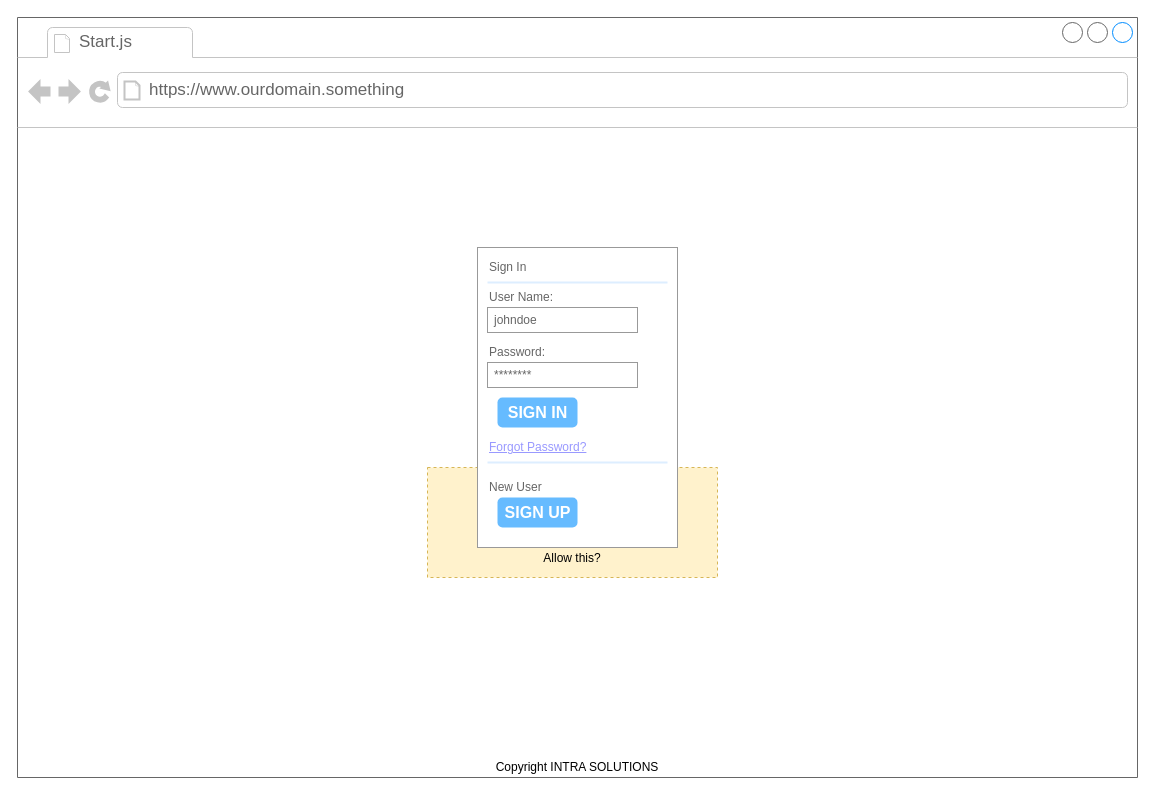
Before: page "app-signIn.js" (5 of 6) of planning/ReactProjectIntranet.drawio in luciesaad/ReactProject_Intranet, a draw.io diagram. Source tidied: cells renumbered, new cells numbered last; positions are measured from the earlier drawing's top-left corner, leaving out a move shared by most shapes. Both pictures are drawn from the tidied source at 100%, with x=0, y=0 at pixel (17, 17).
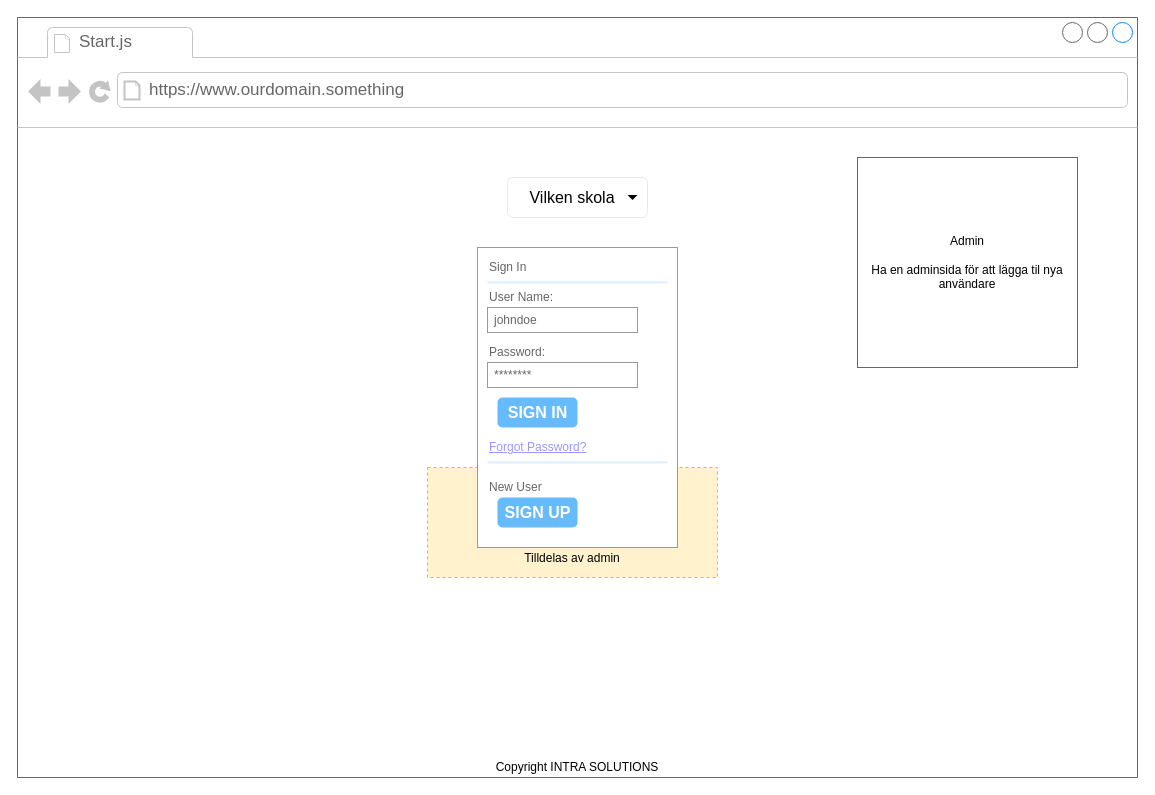
The same page after the edit.

The change refers to these unchanged cells:
```xml
<mxCell id="2" style="strokeWidth=1;shadow=0;dashed=0;align=center;html=1;shape=mxgraph.mockup.containers.browserWindow;rSize=0;fillColor=#ffffff;strokeColor=#666666;strokeColor2=#008cff;strokeColor3=#c4c4c4;mainText=,;glass=0;comic=0;" parent="1" vertex="1">
  <mxGeometry width="1120" height="760" as="geometry" />
</mxCell>
```

The edit, as a diff of the source:
```diff
@@
-    <mxCell id="3" value="&lt;br&gt;&lt;br&gt;&lt;br&gt;&lt;br&gt;&lt;br&gt;Allow this?" style="rounded=0;whiteSpace=wrap;html=1;glass=0;comic=0;fillColor=#fff2cc;dashed=1;strokeColor=#d6b656;" parent="2" vertex="1">
+    <mxCell id="3" value="&lt;br&gt;&lt;br&gt;&lt;br&gt;&lt;br&gt;&lt;br&gt;Tilldelas av admin" style="rounded=0;whiteSpace=wrap;html=1;glass=0;comic=0;fillColor=#fff2cc;dashed=1;strokeColor=#d6b656;" parent="2" vertex="1">
       <mxGeometry x="410" y="450" width="290" height="110" as="geometry" />
     </mxCell>
@@
+    <mxCell id="19" value="Admin&lt;br&gt;&lt;br&gt;Ha en adminsida för att lägga til nya användare" style="rounded=0;whiteSpace=wrap;html=1;glass=0;comic=0;fillColor=#ffffff;gradientColor=none;opacity=60;" parent="2" vertex="1">
+      <mxGeometry x="840" y="140" width="220" height="210" as="geometry" />
+    </mxCell>
+    <mxCell id="20" value="Vilken skola" style="html=1;shadow=0;dashed=0;shape=mxgraph.bootstrap.rrect;rSize=5;strokeColor=#dddddd;spacingRight=10;fontSize=16;whiteSpace=wrap;fillColor=#ffffff;align=center;glass=0;comic=0;opacity=60;" parent="2" vertex="1">
+      <mxGeometry x="490" y="160" width="140" height="40" as="geometry" />
+    </mxCell>
+    <mxCell id="21" style="shape=triangle;direction=south;fillColor=#000000;strokeColor=none;perimeter=none;" parent="20" vertex="1">
+      <mxGeometry x="1" y="0.5" width="10" height="5" relative="1" as="geometry">
+        <mxPoint x="-20" y="-2.5" as="offset" />
+      </mxGeometry>
+    </mxCell>
```
